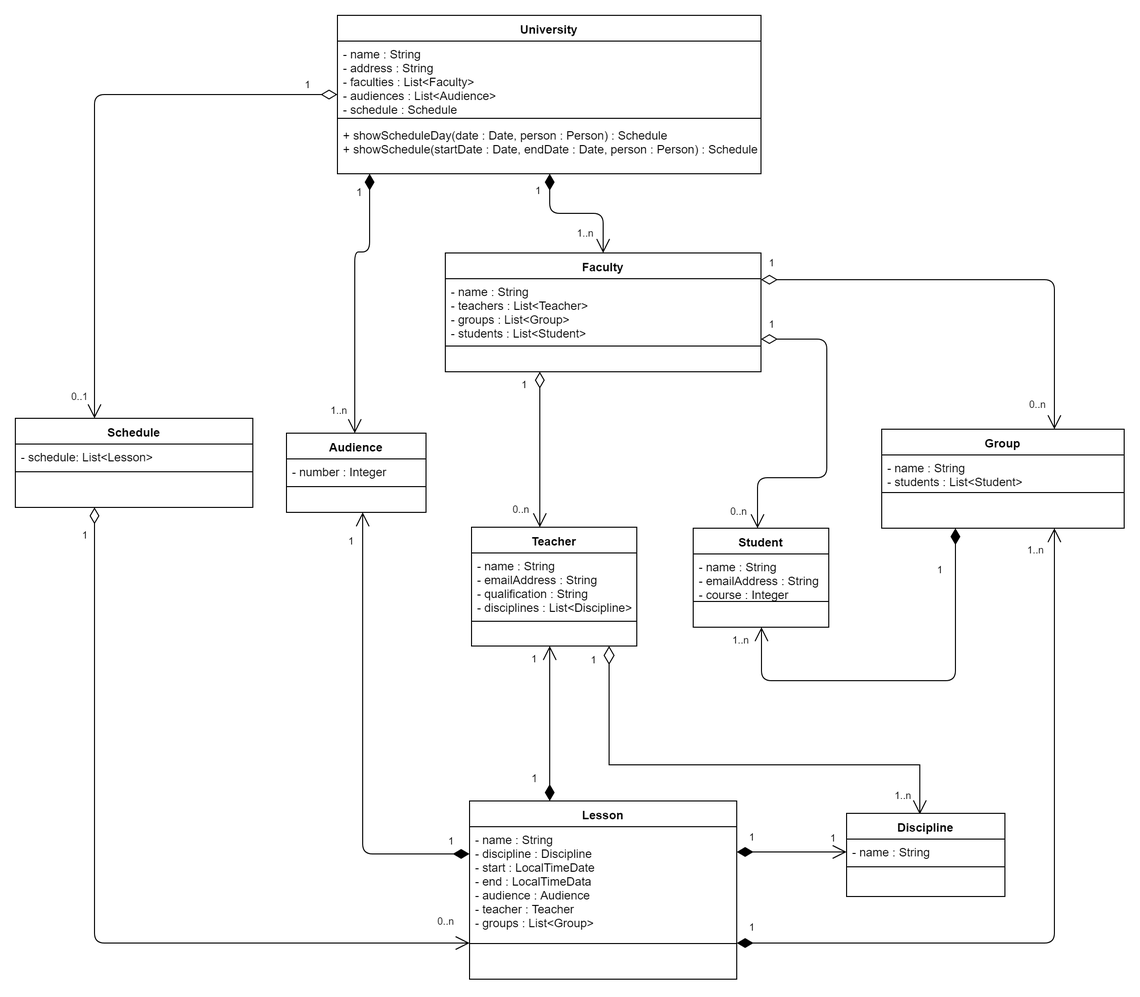
Before: UML/University.png, a diagram exported from draw.io (MaxValencio/university). Source tidied: cells renumbered, new cells last; positions are measured from the earlier drawing's top-left corner, leaving out a move shared by most shapes.
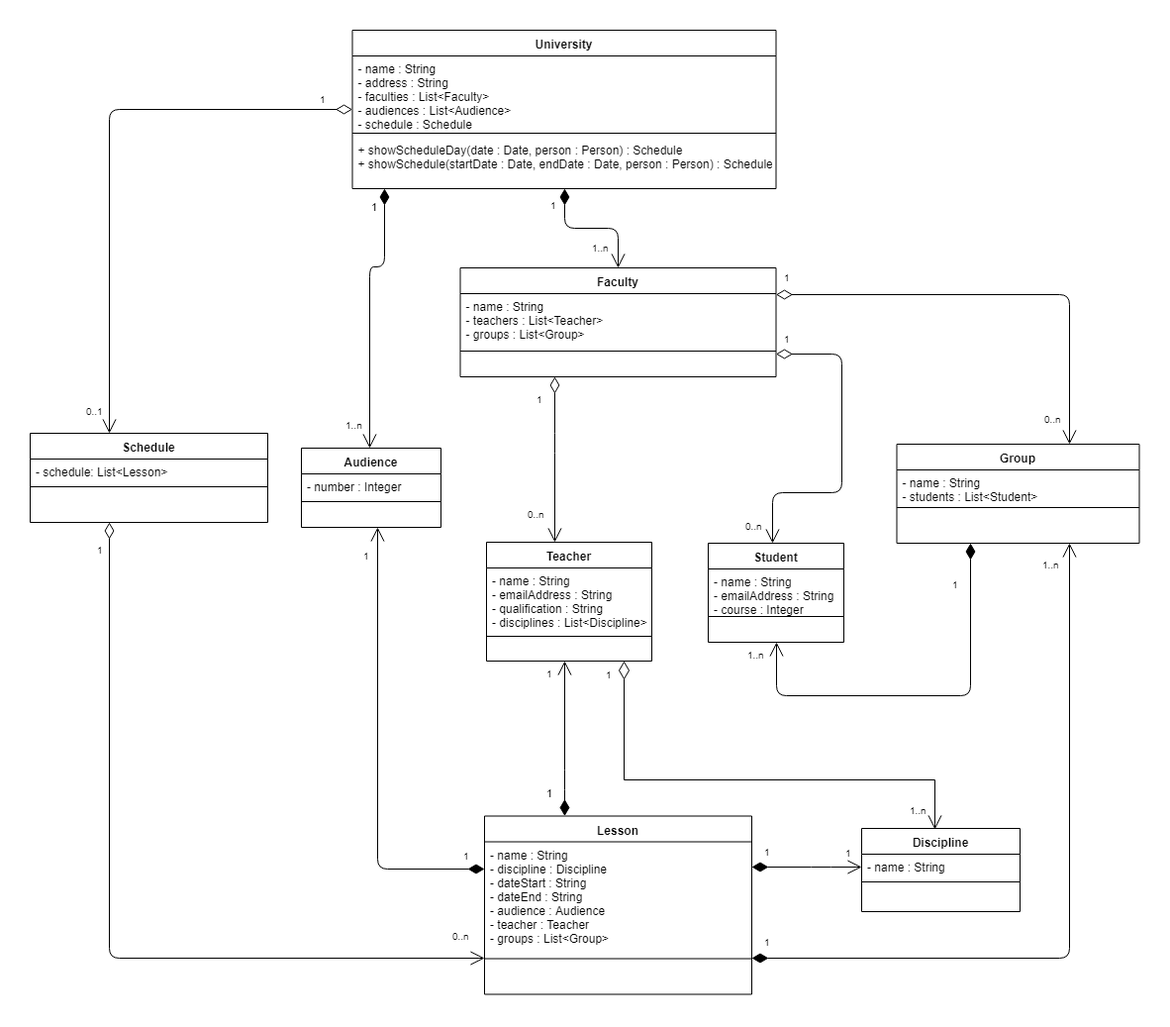
The same diagram one commit later.

The edit, as a diff of the source:
```diff
@@ -3,16 +3,16 @@
     <mxCell id="0" />
     <mxCell id="1" parent="0" />
     <mxCell id="2" value="Faculty" style="swimlane;fontStyle=1;align=center;verticalAlign=top;horizontal=1;startSize=26;" parent="1" vertex="1">
-      <mxGeometry x="434.5" y="240" width="319" height="120" as="geometry" />
+      <mxGeometry x="434.5" y="240" width="319" height="110" as="geometry" />
     </mxCell>
-    <mxCell id="3" value="- name : String&#10;- teachers : List&lt;Teacher&gt;&#10;- groups : List&lt;Group&gt;&#10;- students : List&lt;Student&gt;&#10;&#10;" style="text;strokeColor=none;fillColor=none;align=left;verticalAlign=top;spacingLeft=4;spacingRight=4;overflow=hidden;" parent="2" vertex="1">
-      <mxGeometry y="26" width="319" height="64" as="geometry" />
+    <mxCell id="3" value="- name : String&#10;- teachers : List&lt;Teacher&gt;&#10;- groups : List&lt;Group&gt;&#10;" style="text;strokeColor=none;fillColor=none;align=left;verticalAlign=top;spacingLeft=4;spacingRight=4;overflow=hidden;" parent="2" vertex="1">
+      <mxGeometry y="26" width="319" height="54" as="geometry" />
     </mxCell>
     <mxCell id="4" style="line;strokeWidth=1;fillColor=none;align=left;verticalAlign=middle;spacingTop=-1;spacingLeft=3;spacingRight=3;labelPosition=right;" parent="2" vertex="1">
-      <mxGeometry y="90" width="319" height="8" as="geometry" />
+      <mxGeometry y="80" width="319" height="8" as="geometry" />
     </mxCell>
     <mxCell id="5" value=" " style="text;strokeColor=none;fillColor=none;align=left;verticalAlign=top;spacingLeft=4;spacingRight=4;overflow=hidden;" parent="2" vertex="1">
-      <mxGeometry y="98" width="319" height="22" as="geometry" />
+      <mxGeometry y="88" width="319" height="22" as="geometry" />
     </mxCell>
     <mxCell id="6" value="Schedule" style="swimlane;fontStyle=1;align=center;verticalAlign=top;horizontal=1;startSize=26;" parent="1" vertex="1">
       <mxGeometry y="407" width="240" height="90" as="geometry" />
@@ -53,7 +53,7 @@
     <mxCell id="18" value="Lesson" style="swimlane;fontStyle=1;align=center;verticalAlign=top;horizontal=1;startSize=26;" parent="1" vertex="1">
       <mxGeometry x="459" y="793.5" width="270" height="180" as="geometry" />
     </mxCell>
-    <mxCell id="19" value="- name : String&#10;- discipline : Discipline&#10;- start : LocalTimeDate&#10;- end : LocalTimeData&#10;- audience : Audience&#10;- teacher : Teacher&#10;- groups : List&lt;Group&gt;&#10;&#10;" style="text;strokeColor=none;fillColor=none;align=left;verticalAlign=top;spacingLeft=4;spacingRight=4;overflow=hidden;" parent="18" vertex="1">
+    <mxCell id="19" value="- name : String&#10;- discipline : Discipline&#10;- dateStart : String&#10;- dateEnd : String&#10;- audience : Audience&#10;- teacher : Teacher&#10;- groups : List&lt;Group&gt;&#10;&#10;" style="text;strokeColor=none;fillColor=none;align=left;verticalAlign=top;spacingLeft=4;spacingRight=4;overflow=hidden;" parent="18" vertex="1">
       <mxGeometry y="26" width="270" height="114" as="geometry" />
     </mxCell>
     <mxCell id="20" style="line;strokeWidth=1;fillColor=none;align=left;verticalAlign=middle;spacingTop=-1;spacingLeft=3;spacingRight=3;labelPosition=right;" parent="18" vertex="1">
```
